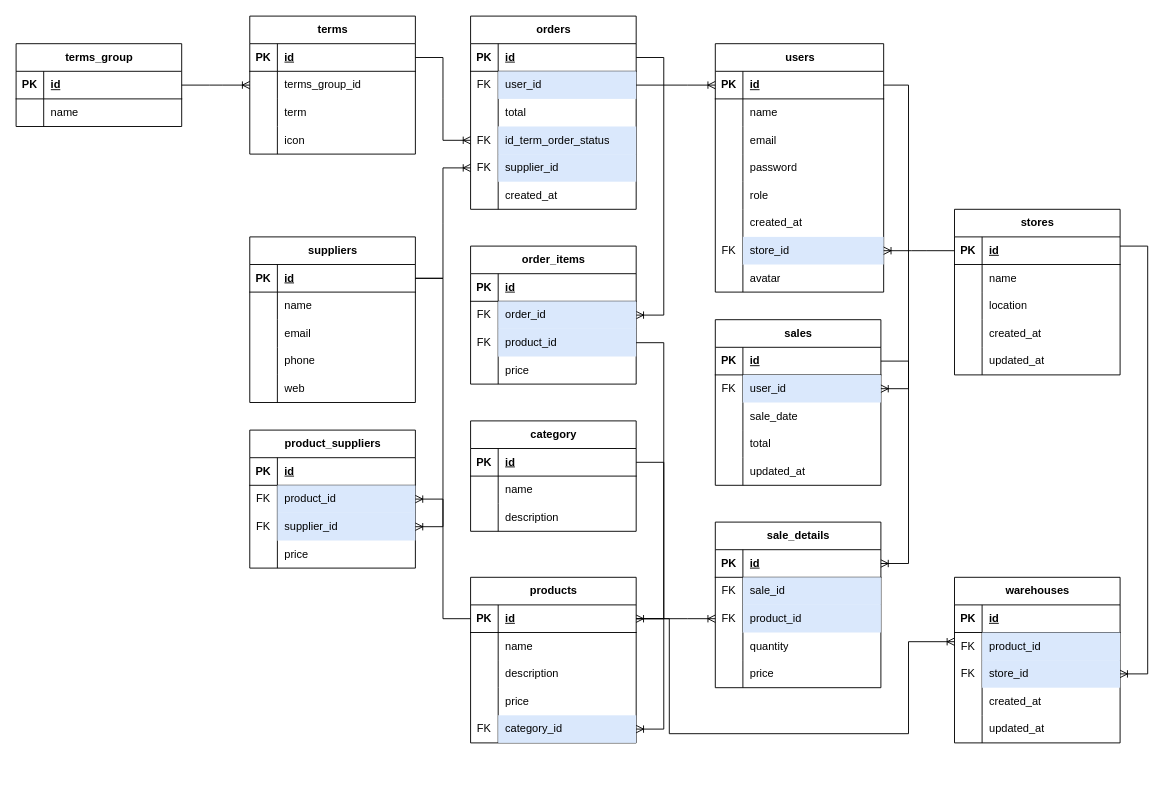
Earlier version of the draw.io diagram Diagrama sin título.drawio (FReyesft/FTSHOP_DB). Source tidied: cells renumbered, new cells numbered last; positions are measured from the earlier drawing's top-left corner, leaving out a move shared by most shapes. Both pictures are drawn from the tidied source at 92%, with x=0, y=0 at pixel (16, 16).
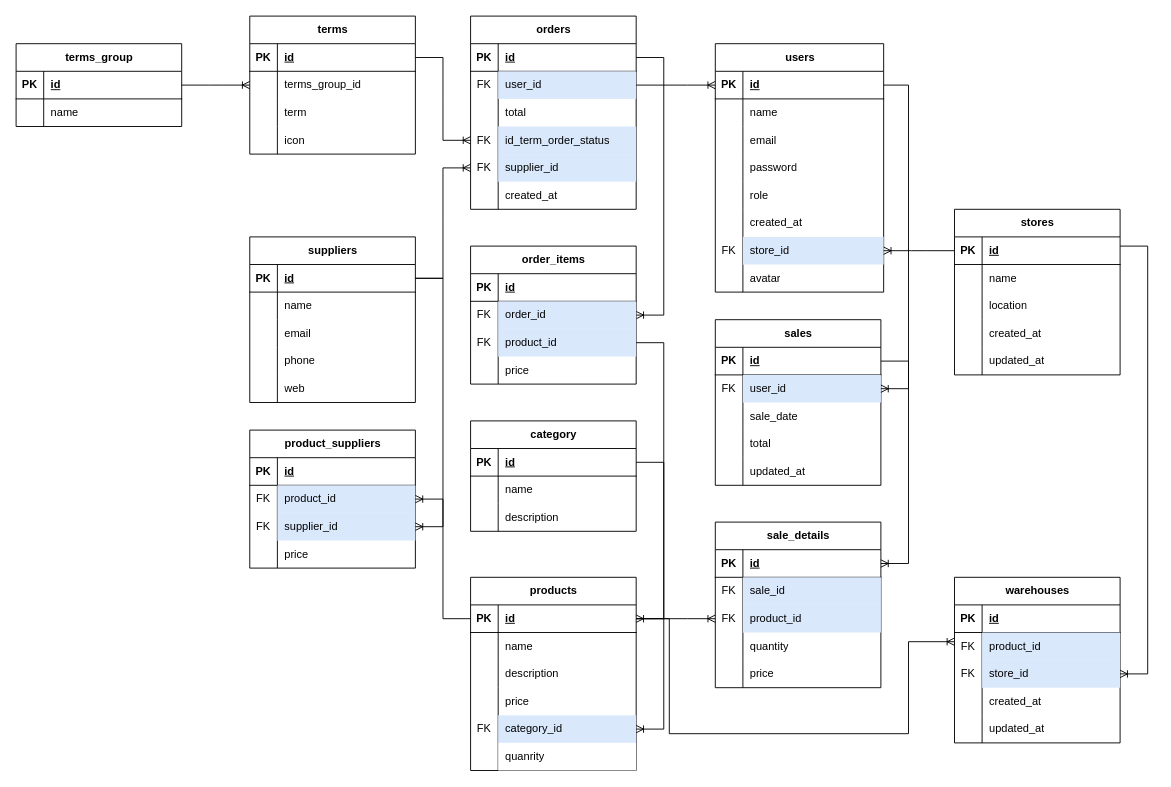
Above is the later version.

Commit message:
[ADD] quantity to products table.drawio

The edit, as a diff of the source:
```diff
@@
     <mxCell id="104" value="products" style="shape=table;startSize=30;childLayout=tableLayout;rowLines=0;fontStyle=1;align=center;html=1;" parent="1" vertex="1">
-      <mxGeometry x="494" y="610" width="180" height="180" as="geometry" />
+      <mxGeometry x="494" y="610" width="180" height="210" as="geometry" />
     </mxCell>
@@
+    <mxCell id="213" style="shape=tableRow;horizontal=0;startSize=0;swimlaneHead=0;swimlaneBody=0;fillColor=none;top=0;left=0;right=0;bottom=0;" parent="104" vertex="1">
+      <mxGeometry y="180" width="180" height="30" as="geometry" />
+    </mxCell>
+    <mxCell id="214" style="shape=partialRectangle;fillColor=none;top=0;left=0;bottom=0;right=0;overflow=hidden;whiteSpace=wrap;html=1;" parent="213" vertex="1">
+      <mxGeometry width="30" height="30" as="geometry" />
+    </mxCell>
+    <mxCell id="215" value="quanrity" style="shape=partialRectangle;top=0;left=0;bottom=0;right=0;align=left;spacingLeft=6;overflow=hidden;whiteSpace=wrap;html=1;" parent="213" vertex="1">
+      <mxGeometry x="30" width="150" height="30" as="geometry" />
+    </mxCell>
```
